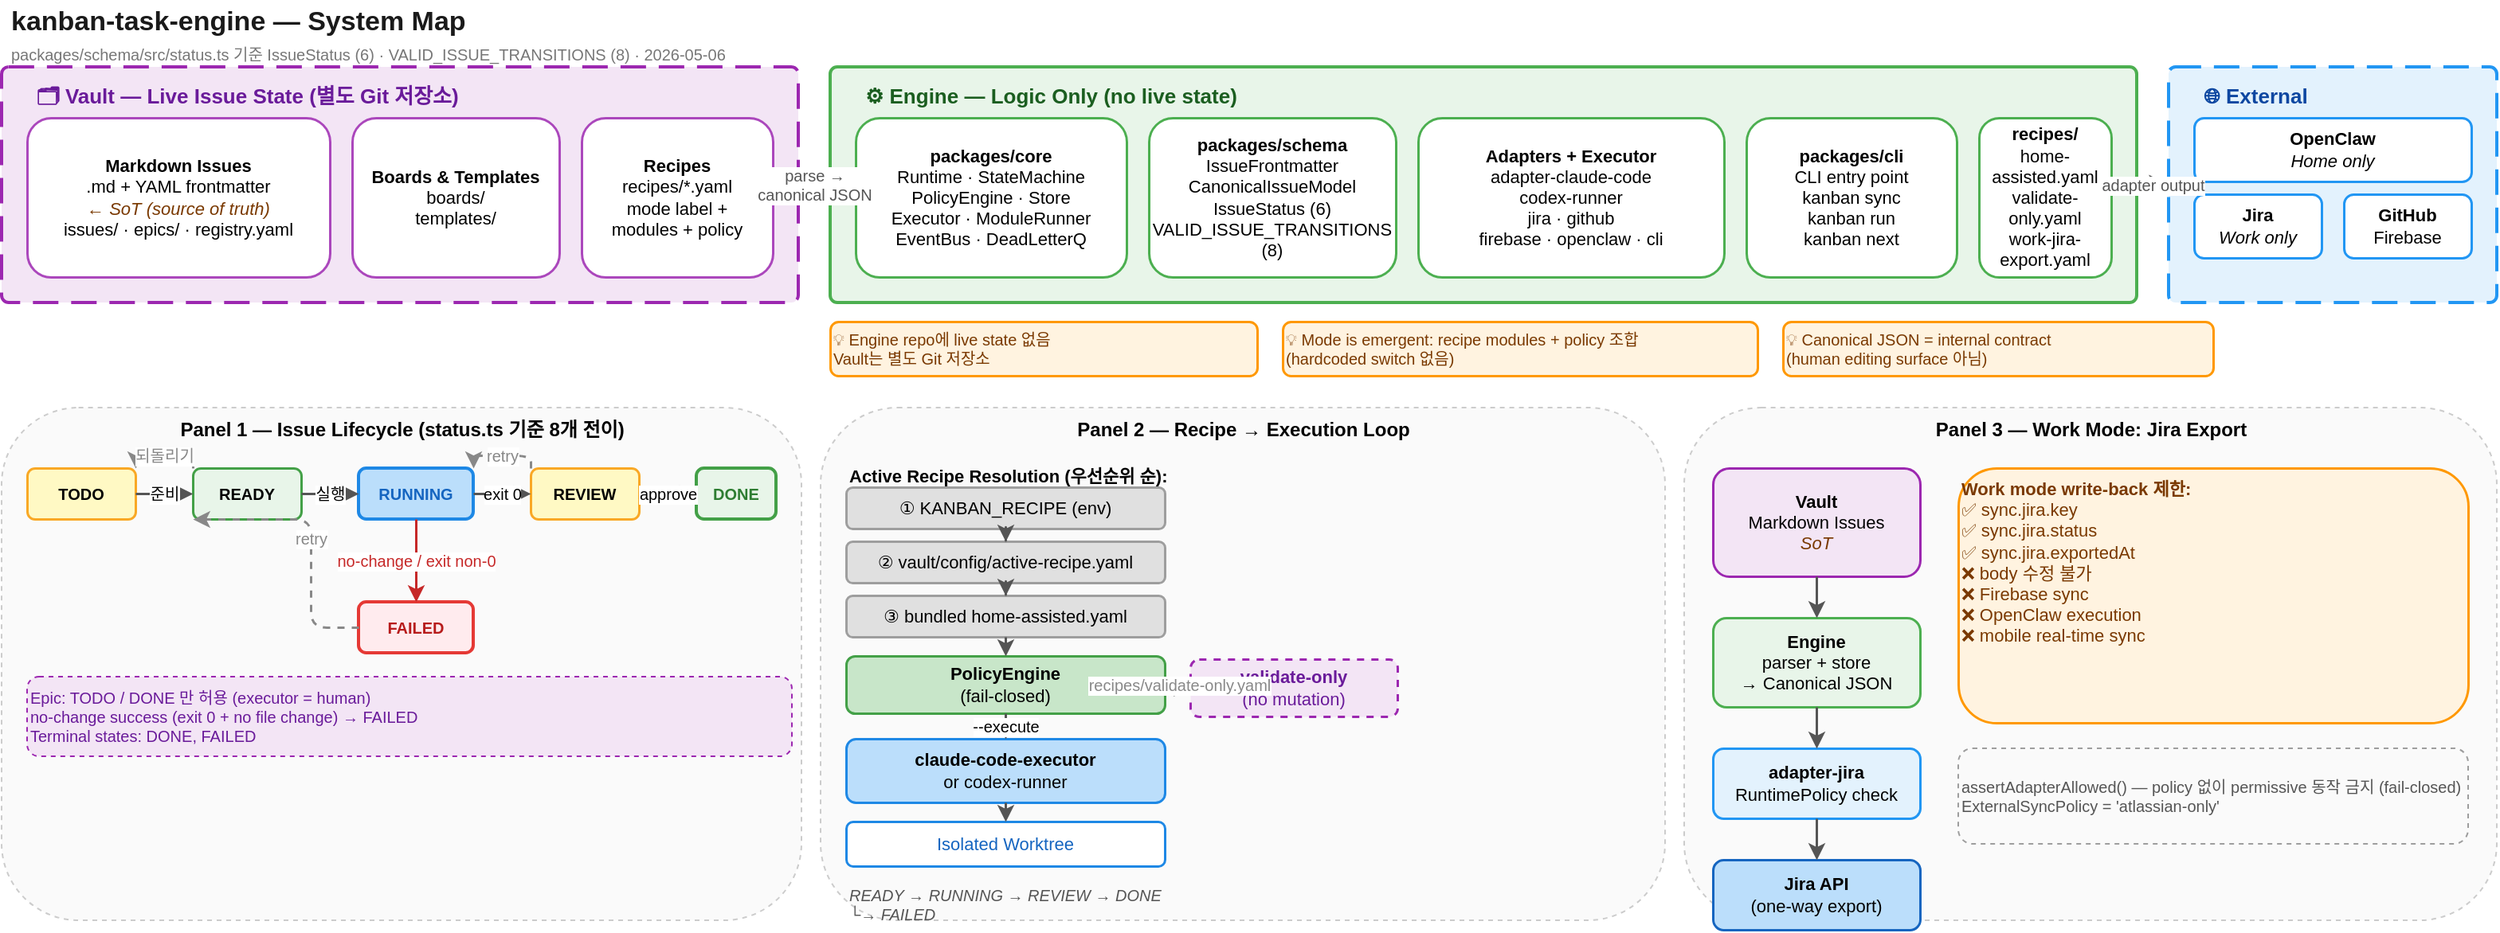
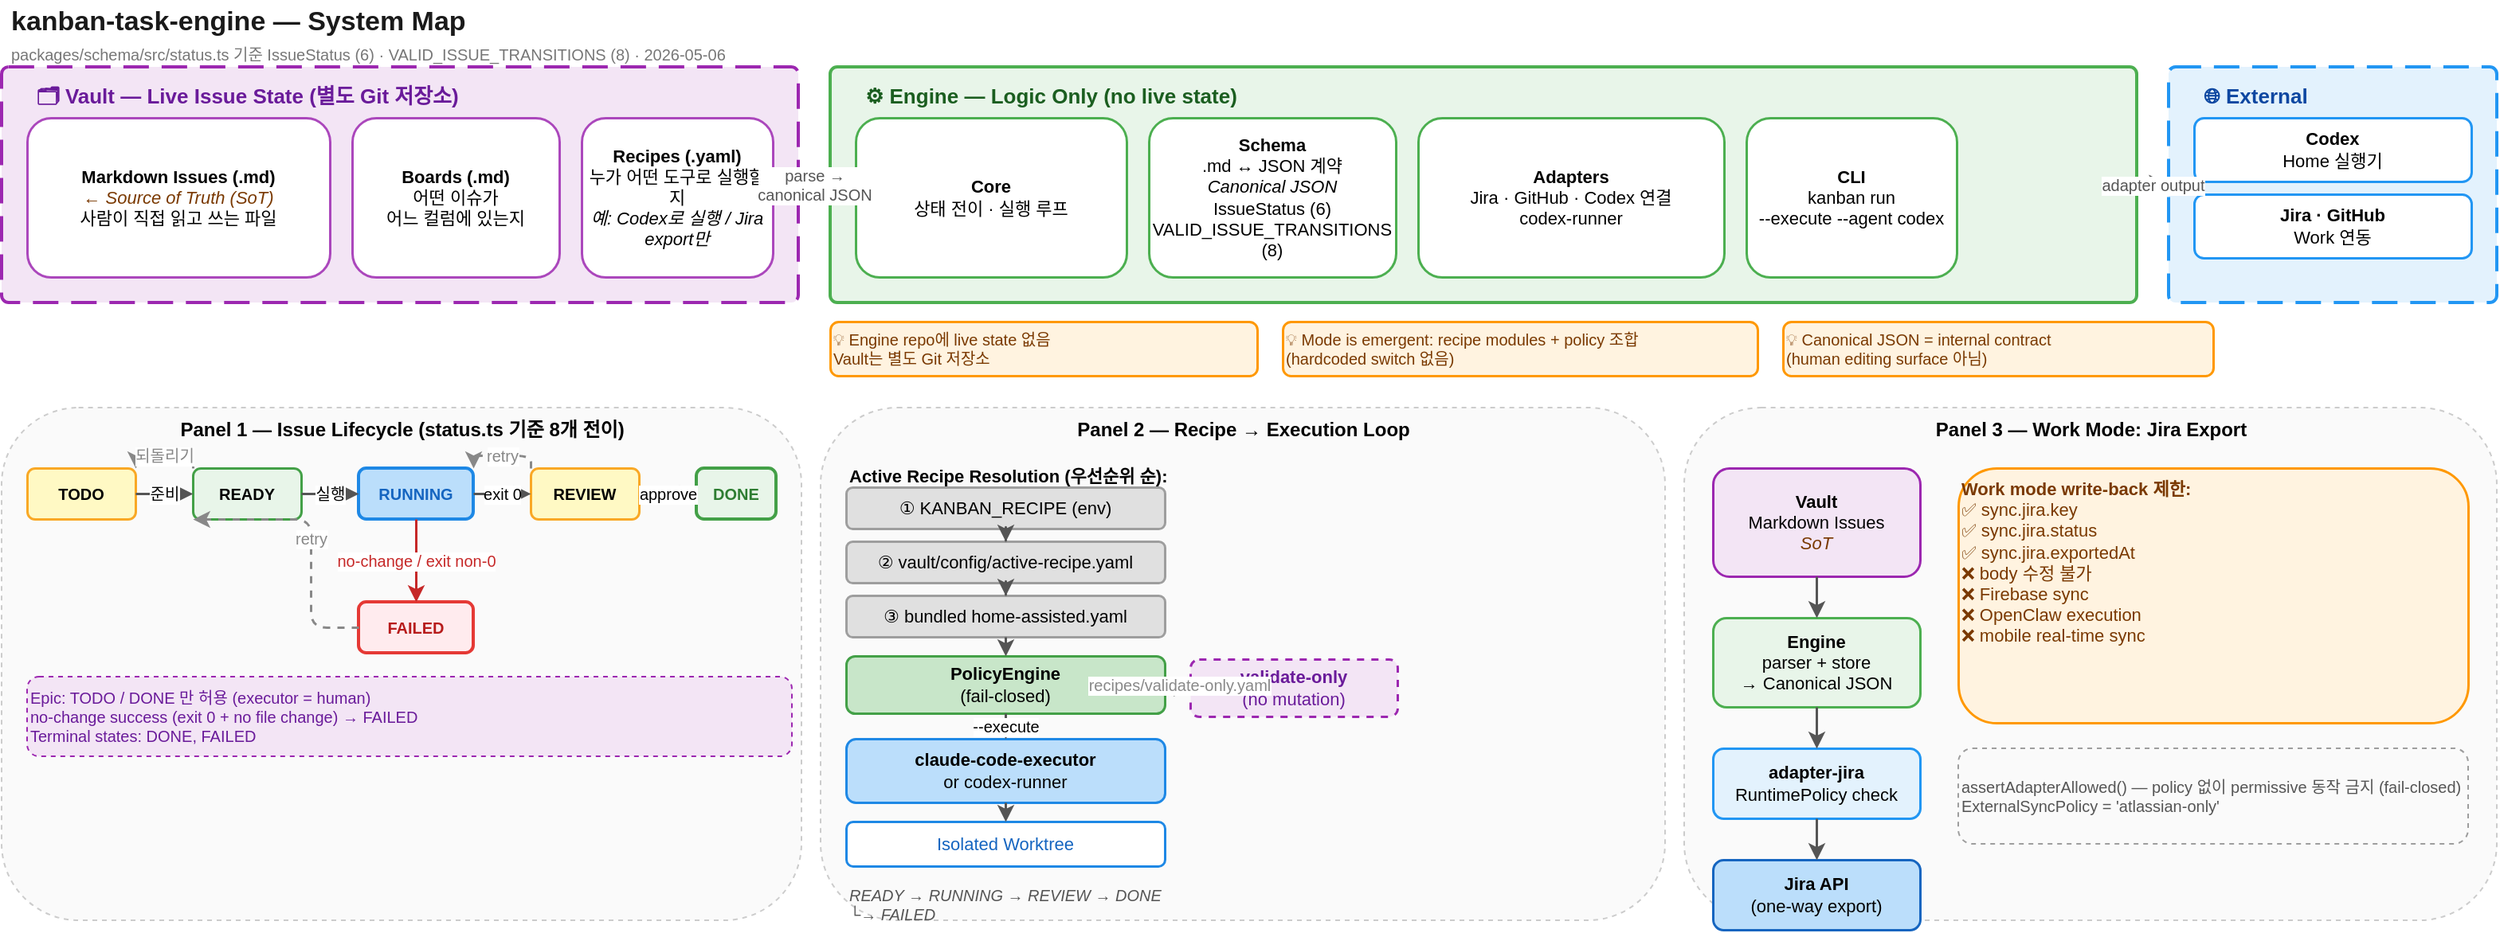
<?xml version="1.0" encoding="UTF-8"?>
<mxfile host="app.diagrams.net" modified="2026-05-03" agent="kanban-task-engine-design" version="24.0.0">
  <diagram name="System Map" id="kanban-one-page-v2">
    <mxGraphModel dx="0" dy="0" grid="10" gridSize="10" guides="1" tooltips="1"
                  connect="1" arrows="1" fold="1" page="1" pageScale="1"
                  pageWidth="1600" pageHeight="900" math="0" shadow="0">
      <root>
        <mxCell id="0"/>
        <mxCell id="1" parent="0"/>

        <!-- ════════════════════════════════════════
             PAGE TITLE
        ════════════════════════════════════════ -->
        <mxCell id="page-title" value="kanban-task-engine — System Map"
                style="text;html=1;align=left;verticalAlign=middle;fontStyle=1;fontSize=17;fontColor=#1a1a1a;"
                vertex="1" parent="1">
          <mxGeometry x="20" y="10" width="600" height="28" as="geometry"/>
        </mxCell>
        <mxCell id="page-sub" value="packages/schema/src/status.ts 기준 IssueStatus (6) · VALID_ISSUE_TRANSITIONS (8) · 2026-05-06"
                style="text;html=1;align=left;verticalAlign=middle;fontSize=10;fontColor=#777;"
                vertex="1" parent="1">
          <mxGeometry x="20" y="36" width="600" height="16" as="geometry"/>
        </mxCell>

        <!-- ════════════════════════════════════════
             ZONE 1: VAULT
        ════════════════════════════════════════ -->
        <mxCell id="vault-zone" value=""
                style="rounded=1;arcSize=3;fillColor=#F3E5F5;strokeColor=#9C27B0;strokeWidth=2;dashed=1;dashPattern=8 4;"
                vertex="1" parent="1">
          <mxGeometry x="16" y="52" width="500" height="148" as="geometry"/>
        </mxCell>
        <mxCell id="vault-label" value="🗂  Vault — Live Issue State (별도 Git 저장소)"
                style="text;html=1;align=left;verticalAlign=middle;fontStyle=1;fontSize=13;fontColor=#6a1b9a;"
                vertex="1" parent="vault-zone">
          <mxGeometry x="20" y="8" width="460" height="20" as="geometry"/>
        </mxCell>

-         <mxCell id="vault-md" value="&lt;b&gt;Markdown Issues&lt;/b&gt;&lt;br/&gt;.md + YAML frontmatter&lt;br/&gt;&lt;i style='color:#7a3900'&gt;← SoT (source of truth)&lt;/i&gt;&lt;br/&gt;issues/ · epics/ · registry.yaml"
+         <mxCell id="vault-md" value="&lt;b&gt;Markdown Issues (.md)&lt;/b&gt;&lt;br/&gt;&lt;i style='color:#7a3900'&gt;← Source of Truth (SoT)&lt;/i&gt;&lt;br/&gt;사람이 직접 읽고 쓰는 파일"
                style="rounded=1;whiteSpace=wrap;html=1;fillColor=#ffffff;strokeColor=#AB47BC;strokeWidth=1.5;fontSize=11;align=center;verticalAlign=middle;"
                vertex="1" parent="vault-zone">
          <mxGeometry x="16" y="32" width="190" height="100" as="geometry"/>
        </mxCell>
-         <mxCell id="vault-boards" value="&lt;b&gt;Boards &amp; Templates&lt;/b&gt;&lt;br/&gt;boards/&lt;br/&gt;templates/"
+         <mxCell id="vault-boards" value="&lt;b&gt;Boards (.md)&lt;/b&gt;&lt;br/&gt;어떤 이슈가&lt;br/&gt;어느 컬럼에 있는지"
                style="rounded=1;whiteSpace=wrap;html=1;fillColor=#ffffff;strokeColor=#AB47BC;strokeWidth=1.5;fontSize=11;align=center;verticalAlign=middle;"
                vertex="1" parent="vault-zone">
          <mxGeometry x="220" y="32" width="130" height="100" as="geometry"/>
        </mxCell>
-         <mxCell id="vault-recipes" value="&lt;b&gt;Recipes&lt;/b&gt;&lt;br/&gt;recipes/*.yaml&lt;br/&gt;mode label +&lt;br/&gt;modules + policy"
+         <mxCell id="vault-recipes" value="&lt;b&gt;Recipes (.yaml)&lt;/b&gt;&lt;br/&gt;누가 어떤 도구로 실행할지&lt;br/&gt;&lt;i&gt;예: Codex로 실행 / Jira export만&lt;/i&gt;"
                style="rounded=1;whiteSpace=wrap;html=1;fillColor=#ffffff;strokeColor=#AB47BC;strokeWidth=1.5;fontSize=11;align=center;verticalAlign=middle;"
                vertex="1" parent="vault-zone">
          <mxGeometry x="364" y="32" width="120" height="100" as="geometry"/>
        </mxCell>

        <!-- ════════════════════════════════════════
             ZONE 2: ENGINE
        ════════════════════════════════════════ -->
        <mxCell id="engine-zone" value=""
                style="rounded=1;arcSize=3;fillColor=#E8F5E9;strokeColor=#4CAF50;strokeWidth=2;"
                vertex="1" parent="1">
          <mxGeometry x="536" y="52" width="820" height="148" as="geometry"/>
        </mxCell>
        <mxCell id="engine-label" value="⚙️  Engine — Logic Only (no live state)"
                style="text;html=1;align=left;verticalAlign=middle;fontStyle=1;fontSize=13;fontColor=#1b5e20;"
                vertex="1" parent="engine-zone">
          <mxGeometry x="20" y="8" width="500" height="20" as="geometry"/>
        </mxCell>

-         <mxCell id="engine-core" value="&lt;b&gt;packages/core&lt;/b&gt;&lt;br/&gt;Runtime · StateMachine&lt;br/&gt;PolicyEngine · Store&lt;br/&gt;Executor · ModuleRunner&lt;br/&gt;EventBus · DeadLetterQ"
+         <mxCell id="engine-core" value="&lt;b&gt;Core&lt;/b&gt;&lt;br/&gt;상태 전이 · 실행 루프"
                style="rounded=1;whiteSpace=wrap;html=1;fillColor=#ffffff;strokeColor=#4CAF50;strokeWidth=1.5;fontSize=11;align=center;verticalAlign=middle;"
                vertex="1" parent="engine-zone">
          <mxGeometry x="16" y="32" width="170" height="100" as="geometry"/>
        </mxCell>
-         <mxCell id="engine-schema" value="&lt;b&gt;packages/schema&lt;/b&gt;&lt;br/&gt;IssueFrontmatter&lt;br/&gt;CanonicalIssueModel&lt;br/&gt;IssueStatus (6)&lt;br/&gt;VALID_ISSUE_TRANSITIONS (8)"
+         <mxCell id="engine-schema" value="&lt;b&gt;Schema&lt;/b&gt;&lt;br/&gt;.md ↔ JSON 계약&lt;br/&gt;&lt;i&gt;Canonical JSON&lt;/i&gt;&lt;br/&gt;IssueStatus (6)&lt;br/&gt;VALID_ISSUE_TRANSITIONS (8)"
                style="rounded=1;whiteSpace=wrap;html=1;fillColor=#ffffff;strokeColor=#4CAF50;strokeWidth=1.5;fontSize=11;align=center;verticalAlign=middle;"
                vertex="1" parent="engine-zone">
          <mxGeometry x="200" y="32" width="155" height="100" as="geometry"/>
        </mxCell>
-         <mxCell id="engine-adapters" value="&lt;b&gt;Adapters + Executor&lt;/b&gt;&lt;br/&gt;adapter-claude-code&lt;br/&gt;codex-runner&lt;br/&gt;jira · github&lt;br/&gt;firebase · openclaw · cli"
+         <mxCell id="engine-adapters" value="&lt;b&gt;Adapters&lt;/b&gt;&lt;br/&gt;Jira · GitHub · Codex 연결&lt;br/&gt;codex-runner"
                style="rounded=1;whiteSpace=wrap;html=1;fillColor=#ffffff;strokeColor=#4CAF50;strokeWidth=1.5;fontSize=11;align=center;verticalAlign=middle;"
                vertex="1" parent="engine-zone">
          <mxGeometry x="369" y="32" width="192" height="100" as="geometry"/>
        </mxCell>
-         <mxCell id="engine-cli" value="&lt;b&gt;packages/cli&lt;/b&gt;&lt;br/&gt;CLI entry point&lt;br/&gt;kanban sync&lt;br/&gt;kanban run&lt;br/&gt;kanban next"
+         <mxCell id="engine-cli" value="&lt;b&gt;CLI&lt;/b&gt;&lt;br/&gt;kanban run&lt;br/&gt;--execute --agent codex"
                style="rounded=1;whiteSpace=wrap;html=1;fillColor=#ffffff;strokeColor=#4CAF50;strokeWidth=1.5;fontSize=11;align=center;verticalAlign=middle;"
                vertex="1" parent="engine-zone">
          <mxGeometry x="575" y="32" width="132" height="100" as="geometry"/>
-         </mxCell>
-         <mxCell id="engine-recipes" value="&lt;b&gt;recipes/&lt;/b&gt;&lt;br/&gt;home-assisted.yaml&lt;br/&gt;validate-only.yaml&lt;br/&gt;work-jira-export.yaml"
-                 style="rounded=1;whiteSpace=wrap;html=1;fillColor=#ffffff;strokeColor=#4CAF50;strokeWidth=1.5;fontSize=11;align=center;verticalAlign=middle;"
-                 vertex="1" parent="engine-zone">
-           <mxGeometry x="721" y="32" width="83" height="100" as="geometry"/>
        </mxCell>

        <!-- ════════════════════════════════════════
             ZONE 3: EXTERNAL
        ════════════════════════════════════════ -->
        <mxCell id="ext-zone" value=""
                style="rounded=1;arcSize=3;fillColor=#E3F2FD;strokeColor=#2196F3;strokeWidth=2;dashed=1;dashPattern=8 4;"
                vertex="1" parent="1">
          <mxGeometry x="1376" y="52" width="206" height="148" as="geometry"/>
        </mxCell>
        <mxCell id="ext-label" value="🌐  External"
                style="text;html=1;align=left;verticalAlign=middle;fontStyle=1;fontSize=13;fontColor=#0d47a1;"
                vertex="1" parent="ext-zone">
          <mxGeometry x="20" y="8" width="180" height="20" as="geometry"/>
        </mxCell>
-         <mxCell id="ext-openclaw" value="&lt;b&gt;OpenClaw&lt;/b&gt;&lt;br/&gt;&lt;i&gt;Home only&lt;/i&gt;"
+         <mxCell id="ext-openclaw" value="&lt;b&gt;Codex&lt;/b&gt;&lt;br/&gt;Home 실행기"
                style="rounded=1;whiteSpace=wrap;html=1;fillColor=#ffffff;strokeColor=#2196F3;strokeWidth=1.5;fontSize=11;"
                vertex="1" parent="ext-zone">
          <mxGeometry x="16" y="32" width="174" height="40" as="geometry"/>
        </mxCell>
-         <mxCell id="ext-jira" value="&lt;b&gt;Jira&lt;/b&gt;&lt;br/&gt;&lt;i&gt;Work only&lt;/i&gt;"
+         <mxCell id="ext-jira" value="&lt;b&gt;Jira · GitHub&lt;/b&gt;&lt;br/&gt;Work 연동"
                style="rounded=1;whiteSpace=wrap;html=1;fillColor=#ffffff;strokeColor=#2196F3;strokeWidth=1.5;fontSize=11;"
                vertex="1" parent="ext-zone">
-           <mxGeometry x="16" y="80" width="80" height="40" as="geometry"/>
-         </mxCell>
-         <mxCell id="ext-github" value="&lt;b&gt;GitHub&lt;/b&gt;&lt;br/&gt;Firebase"
-                 style="rounded=1;whiteSpace=wrap;html=1;fillColor=#ffffff;strokeColor=#2196F3;strokeWidth=1.5;fontSize=11;"
-                 vertex="1" parent="ext-zone">
-           <mxGeometry x="110" y="80" width="80" height="40" as="geometry"/>
+           <mxGeometry x="16" y="80" width="174" height="40" as="geometry"/>
        </mxCell>

        <!-- ════════════════════════════════════════
             TOP-LEVEL ARROWS
        ════════════════════════════════════════ -->
        <mxCell id="arrow-v2e" value="parse →&lt;br/&gt;canonical JSON"
                style="edgeStyle=orthogonalEdgeStyle;html=1;exitX=1;exitY=0.5;exitDx=0;exitDy=0;entryX=0;entryY=0.5;entryDx=0;entryDy=0;strokeColor=#555555;strokeWidth=2;fontSize=10;fontColor=#555;"
                edge="1" parent="1" source="vault-zone" target="engine-zone">
          <mxGeometry relative="1" as="geometry"/>
        </mxCell>
        <mxCell id="arrow-e2ext" value="adapter output"
                style="edgeStyle=orthogonalEdgeStyle;html=1;exitX=1;exitY=0.5;exitDx=0;exitDy=0;entryX=0;entryY=0.5;entryDx=0;entryDy=0;strokeColor=#555555;strokeWidth=2;fontSize=10;fontColor=#555;"
                edge="1" parent="1" source="engine-zone" target="ext-zone">
          <mxGeometry relative="1" as="geometry"/>
        </mxCell>

        <!-- ════════════════════════════════════════
             ANNOTATIONS
        ════════════════════════════════════════ -->
        <mxCell id="anno-state" value="💡 Engine repo에 live state 없음&lt;br/&gt;Vault는 별도 Git 저장소"
                style="rounded=1;whiteSpace=wrap;html=1;fillColor=#FFF3E0;strokeColor=#FF9800;strokeWidth=1.5;fontSize=10;fontColor=#7a3900;align=left;"
                vertex="1" parent="1">
          <mxGeometry x="536" y="212" width="268" height="34" as="geometry"/>
        </mxCell>
        <mxCell id="anno-mode" value="💡 Mode is emergent: recipe modules + policy 조합&lt;br/&gt;(hardcoded switch 없음)"
                style="rounded=1;whiteSpace=wrap;html=1;fillColor=#FFF3E0;strokeColor=#FF9800;strokeWidth=1.5;fontSize=10;fontColor=#7a3900;align=left;"
                vertex="1" parent="1">
          <mxGeometry x="820" y="212" width="298" height="34" as="geometry"/>
        </mxCell>
        <mxCell id="anno-json" value="💡 Canonical JSON = internal contract&lt;br/&gt;(human editing surface 아님)"
                style="rounded=1;whiteSpace=wrap;html=1;fillColor=#FFF3E0;strokeColor=#FF9800;strokeWidth=1.5;fontSize=10;fontColor=#7a3900;align=left;"
                vertex="1" parent="1">
          <mxGeometry x="1134" y="212" width="270" height="34" as="geometry"/>
        </mxCell>

        <!-- ════════════════════════════════════════
             PANEL 1: ISSUE LIFECYCLE
        ════════════════════════════════════════ -->
        <mxCell id="panel1-bg" value=""
                style="rounded=1;fillColor=#fafafa;strokeColor=#cccccc;dashed=1;"
                vertex="1" parent="1">
          <mxGeometry x="16" y="266" width="502" height="322" as="geometry"/>
        </mxCell>
        <mxCell id="panel1-title" value="Panel 1 — Issue Lifecycle (status.ts 기준 8개 전이)"
                style="text;html=1;align=center;verticalAlign=middle;fontStyle=1;fontSize=12;"
                vertex="1" parent="1">
          <mxGeometry x="16" y="270" width="502" height="20" as="geometry"/>
        </mxCell>

        <!-- Status boxes -->
        <mxCell id="s-todo"    value="TODO"    style="rounded=1;whiteSpace=wrap;html=1;fillColor=#FFF9C4;strokeColor=#F9A825;strokeWidth=1.5;fontStyle=1;fontSize=10;" vertex="1" parent="1"><mxGeometry x="32"  y="304" width="68" height="32" as="geometry"/></mxCell>
        <mxCell id="s-ready"   value="READY"   style="rounded=1;whiteSpace=wrap;html=1;fillColor=#E8F5E9;strokeColor=#43A047;strokeWidth=1.5;fontStyle=1;fontSize=10;" vertex="1" parent="1"><mxGeometry x="136" y="304" width="68" height="32" as="geometry"/></mxCell>
        <mxCell id="s-running" value="RUNNING" style="rounded=1;whiteSpace=wrap;html=1;fillColor=#BBDEFB;strokeColor=#1E88E5;strokeWidth=2;fontStyle=1;fontSize=10;fontColor=#1565C0;" vertex="1" parent="1"><mxGeometry x="240" y="304" width="72" height="32" as="geometry"/></mxCell>
        <mxCell id="s-review"  value="REVIEW"  style="rounded=1;whiteSpace=wrap;html=1;fillColor=#FFF9C4;strokeColor=#F9A825;strokeWidth=1.5;fontStyle=1;fontSize=10;" vertex="1" parent="1"><mxGeometry x="348" y="304" width="68" height="32" as="geometry"/></mxCell>
        <mxCell id="s-done"    value="DONE"    style="rounded=1;whiteSpace=wrap;html=1;fillColor=#E8F5E9;strokeColor=#43A047;strokeWidth=2;fontStyle=1;fontSize=10;fontColor=#2e7d32;" vertex="1" parent="1"><mxGeometry x="452" y="304" width="50" height="32" as="geometry"/></mxCell>
        <mxCell id="s-failed"  value="FAILED"  style="rounded=1;whiteSpace=wrap;html=1;fillColor=#FFEBEE;strokeColor=#E53935;strokeWidth=2;fontStyle=1;fontSize=10;fontColor=#b71c1c;" vertex="1" parent="1"><mxGeometry x="240" y="388" width="72" height="32" as="geometry"/></mxCell>

        <!-- Forward transitions -->
        <mxCell id="t-todo-ready"    value="준비"    style="edgeStyle=orthogonalEdgeStyle;html=1;strokeColor=#555;strokeWidth=1.5;fontSize=10;" edge="1" parent="1" source="s-todo"    target="s-ready"><mxGeometry relative="1" as="geometry"/></mxCell>
        <mxCell id="t-ready-running" value="실행"    style="edgeStyle=orthogonalEdgeStyle;html=1;strokeColor=#555;strokeWidth=1.5;fontSize=10;" edge="1" parent="1" source="s-ready"   target="s-running"><mxGeometry relative="1" as="geometry"/></mxCell>
        <mxCell id="t-running-review" value="exit 0" style="edgeStyle=orthogonalEdgeStyle;html=1;strokeColor=#555;strokeWidth=1.5;fontSize=10;" edge="1" parent="1" source="s-running"  target="s-review"><mxGeometry relative="1" as="geometry"/></mxCell>
        <mxCell id="t-review-done"   value="approve" style="edgeStyle=orthogonalEdgeStyle;html=1;strokeColor=#555;strokeWidth=1.5;fontSize=10;" edge="1" parent="1" source="s-review"   target="s-done"><mxGeometry relative="1" as="geometry"/></mxCell>
        <mxCell id="t-running-failed" value="no-change / exit non-0" style="edgeStyle=orthogonalEdgeStyle;html=1;strokeColor=#c62828;strokeWidth=1.5;fontSize=10;fontColor=#c62828;exitX=0.5;exitY=1;exitDx=0;exitDy=0;entryX=0.5;entryY=0;entryDx=0;entryDy=0;" edge="1" parent="1" source="s-running" target="s-failed"><mxGeometry relative="1" as="geometry"/></mxCell>

        <!-- Back transitions (dashed) -->
        <mxCell id="t-ready-todo"     value="되돌리기" style="edgeStyle=elbowEdgeStyle;html=1;strokeColor=#888;strokeWidth=1.5;dashed=1;fontSize=10;fontColor=#888;exitX=0;exitY=0;exitDx=0;exitDy=0;entryX=1;entryY=0;entryDx=0;entryDy=0;elbow=vertical;" edge="1" parent="1" source="s-ready" target="s-todo"><mxGeometry relative="1" as="geometry"><Array as="points"><mxPoint x="170" y="296"/><mxPoint x="66" y="296"/></Array></mxGeometry></mxCell>
        <mxCell id="t-review-running" value="retry"   style="edgeStyle=elbowEdgeStyle;html=1;strokeColor=#888;strokeWidth=1.5;dashed=1;fontSize=10;fontColor=#888;exitX=0;exitY=0;exitDx=0;exitDy=0;entryX=1;entryY=0;entryDx=0;entryDy=0;" edge="1" parent="1" source="s-review" target="s-running"><mxGeometry relative="1" as="geometry"><Array as="points"><mxPoint x="348" y="296"/><mxPoint x="312" y="296"/></Array></mxGeometry></mxCell>
        <mxCell id="t-failed-ready"   value="retry"   style="edgeStyle=elbowEdgeStyle;html=1;strokeColor=#888;strokeWidth=1.5;dashed=1;fontSize=10;fontColor=#888;exitX=0;exitY=0.5;exitDx=0;exitDy=0;entryX=0;entryY=1;entryDx=0;entryDy=0;" edge="1" parent="1" source="s-failed" target="s-ready"><mxGeometry relative="1" as="geometry"><Array as="points"><mxPoint x="210" y="404"/><mxPoint x="210" y="336"/></Array></mxGeometry></mxCell>

        <!-- Epic / terminal note -->
        <mxCell id="panel1-note" value="Epic: TODO / DONE 만 허용 (executor = human)&#xa;no-change success (exit 0 + no file change) → FAILED&#xa;Terminal states: DONE, FAILED"
                style="rounded=1;whiteSpace=wrap;html=1;fillColor=#F3E5F5;strokeColor=#9C27B0;strokeWidth=1;dashed=1;fontSize=10;fontColor=#6a1b9a;align=left;verticalAlign=middle;"
                vertex="1" parent="1">
          <mxGeometry x="32" y="435" width="480" height="50" as="geometry"/>
        </mxCell>

        <!-- ════════════════════════════════════════
             PANEL 2: RECIPE → EXECUTION LOOP
        ════════════════════════════════════════ -->
        <mxCell id="panel2-bg" value=""
                style="rounded=1;fillColor=#fafafa;strokeColor=#cccccc;dashed=1;"
                vertex="1" parent="1">
          <mxGeometry x="530" y="266" width="530" height="322" as="geometry"/>
        </mxCell>
        <mxCell id="panel2-title" value="Panel 2 — Recipe → Execution Loop"
                style="text;html=1;align=center;verticalAlign=middle;fontStyle=1;fontSize=12;"
                vertex="1" parent="1">
          <mxGeometry x="530" y="270" width="530" height="20" as="geometry"/>
        </mxCell>

        <!-- Recipe resolution steps -->
        <mxCell id="r-step-label" value="Active Recipe Resolution (우선순위 순):"
                style="text;html=1;align=left;fontSize=11;fontStyle=1;" vertex="1" parent="1">
          <mxGeometry x="546" y="296" width="300" height="18" as="geometry"/>
        </mxCell>
        <mxCell id="r-step1" value="① KANBAN_RECIPE (env)"
                style="rounded=1;whiteSpace=wrap;html=1;fillColor=#E0E0E0;strokeColor=#9E9E9E;strokeWidth=1.5;fontSize=11;"
                vertex="1" parent="1">
          <mxGeometry x="546" y="316" width="200" height="26" as="geometry"/>
        </mxCell>
        <mxCell id="r-step2" value="② vault/config/active-recipe.yaml"
                style="rounded=1;whiteSpace=wrap;html=1;fillColor=#E0E0E0;strokeColor=#9E9E9E;strokeWidth=1.5;fontSize=11;"
                vertex="1" parent="1">
          <mxGeometry x="546" y="350" width="200" height="26" as="geometry"/>
        </mxCell>
        <mxCell id="r-step3" value="③ bundled home-assisted.yaml"
                style="rounded=1;whiteSpace=wrap;html=1;fillColor=#E0E0E0;strokeColor=#9E9E9E;strokeWidth=1.5;fontSize=11;"
                vertex="1" parent="1">
          <mxGeometry x="546" y="384" width="200" height="26" as="geometry"/>
        </mxCell>
        <mxCell id="r-arrow-12" value="" style="edgeStyle=orthogonalEdgeStyle;html=1;strokeColor=#555;strokeWidth=1.5;" edge="1" parent="1" source="r-step1" target="r-step2"><mxGeometry relative="1" as="geometry"/></mxCell>
        <mxCell id="r-arrow-23" value="" style="edgeStyle=orthogonalEdgeStyle;html=1;strokeColor=#555;strokeWidth=1.5;" edge="1" parent="1" source="r-step2" target="r-step3"><mxGeometry relative="1" as="geometry"/></mxCell>

        <!-- PolicyEngine -->
        <mxCell id="r-policy" value="&lt;b&gt;PolicyEngine&lt;/b&gt;&lt;br/&gt;(fail-closed)"
                style="rounded=1;whiteSpace=wrap;html=1;fillColor=#C8E6C9;strokeColor=#43A047;strokeWidth=1.5;fontSize=11;"
                vertex="1" parent="1">
          <mxGeometry x="546" y="422" width="200" height="36" as="geometry"/>
        </mxCell>
        <mxCell id="r-arrow-step3-policy" value="" style="edgeStyle=orthogonalEdgeStyle;html=1;strokeColor=#555;strokeWidth=1.5;" edge="1" parent="1" source="r-step3" target="r-policy"><mxGeometry relative="1" as="geometry"/></mxCell>

        <!-- Fork: validate-only -->
        <mxCell id="r-validate" value="&lt;b&gt;validate-only&lt;/b&gt;&lt;br/&gt;(no mutation)"
                style="rounded=1;whiteSpace=wrap;html=1;fillColor=#F3E5F5;strokeColor=#9C27B0;strokeWidth=1.5;dashed=1;fontSize=11;fontColor=#6a1b9a;"
                vertex="1" parent="1">
          <mxGeometry x="762" y="424" width="130" height="36" as="geometry"/>
        </mxCell>
        <mxCell id="r-arrow-policy-validate" value="recipes/validate-only.yaml"
                style="edgeStyle=orthogonalEdgeStyle;html=1;strokeColor=#888;strokeWidth=1.5;dashed=1;fontSize=10;fontColor=#888;"
                edge="1" parent="1" source="r-policy" target="r-validate">
          <mxGeometry relative="1" as="geometry"/>
        </mxCell>

        <!-- Executor -->
        <mxCell id="r-executor" value="&lt;b&gt;claude-code-executor&lt;/b&gt;&lt;br/&gt;or codex-runner"
                style="rounded=1;whiteSpace=wrap;html=1;fillColor=#BBDEFB;strokeColor=#1E88E5;strokeWidth=1.5;fontSize=11;"
                vertex="1" parent="1">
          <mxGeometry x="546" y="474" width="200" height="40" as="geometry"/>
        </mxCell>
        <mxCell id="r-arrow-policy-exec" value="--execute"
                style="edgeStyle=orthogonalEdgeStyle;html=1;strokeColor=#555;strokeWidth=1.5;fontSize=10;exitX=0.5;exitY=1;exitDx=0;exitDy=0;entryX=0.5;entryY=0;entryDx=0;entryDy=0;"
                edge="1" parent="1" source="r-policy" target="r-executor">
          <mxGeometry relative="1" as="geometry"/>
        </mxCell>

        <!-- Worktree -->
        <mxCell id="r-worktree" value="Isolated Worktree"
                style="rounded=1;whiteSpace=wrap;html=1;fillColor=#ffffff;strokeColor=#1E88E5;strokeWidth=1.5;fontSize=11;fontColor=#1565C0;"
                vertex="1" parent="1">
          <mxGeometry x="546" y="526" width="200" height="28" as="geometry"/>
        </mxCell>
        <mxCell id="r-arrow-exec-wt" value="" style="edgeStyle=orthogonalEdgeStyle;html=1;strokeColor=#555;strokeWidth=1.5;" edge="1" parent="1" source="r-executor" target="r-worktree"><mxGeometry relative="1" as="geometry"/></mxCell>

        <!-- Status mini note -->
        <mxCell id="r-status-note" value="READY → RUNNING → REVIEW → DONE&#xa;                          └→ FAILED"
                style="text;html=1;align=left;fontSize=10;fontColor=#555;fontStyle=2;" vertex="1" parent="1">
          <mxGeometry x="546" y="560" width="300" height="28" as="geometry"/>
        </mxCell>

        <!-- ════════════════════════════════════════
             PANEL 3: WORK / JIRA EXPORT
        ════════════════════════════════════════ -->
        <mxCell id="panel3-bg" value=""
                style="rounded=1;fillColor=#fafafa;strokeColor=#cccccc;dashed=1;"
                vertex="1" parent="1">
          <mxGeometry x="1072" y="266" width="510" height="322" as="geometry"/>
        </mxCell>
        <mxCell id="panel3-title" value="Panel 3 — Work Mode: Jira Export"
                style="text;html=1;align=center;verticalAlign=middle;fontStyle=1;fontSize=12;"
                vertex="1" parent="1">
          <mxGeometry x="1072" y="270" width="510" height="20" as="geometry"/>
        </mxCell>

        <!-- Flow boxes -->
        <mxCell id="p3-vault" value="&lt;b&gt;Vault&lt;/b&gt;&lt;br/&gt;Markdown Issues&lt;br/&gt;&lt;i style='color:#7a3900'&gt;SoT&lt;/i&gt;"
                style="rounded=1;whiteSpace=wrap;html=1;fillColor=#F3E5F5;strokeColor=#9C27B0;strokeWidth=1.5;fontSize=11;"
                vertex="1" parent="1">
          <mxGeometry x="1090" y="304" width="130" height="68" as="geometry"/>
        </mxCell>
        <mxCell id="p3-engine" value="&lt;b&gt;Engine&lt;/b&gt;&lt;br/&gt;parser + store&lt;br/&gt;→ Canonical JSON"
                style="rounded=1;whiteSpace=wrap;html=1;fillColor=#E8F5E9;strokeColor=#4CAF50;strokeWidth=1.5;fontSize=11;"
                vertex="1" parent="1">
          <mxGeometry x="1090" y="398" width="130" height="56" as="geometry"/>
        </mxCell>
        <mxCell id="p3-jira-adapter" value="&lt;b&gt;adapter-jira&lt;/b&gt;&lt;br/&gt;RuntimePolicy check"
                style="rounded=1;whiteSpace=wrap;html=1;fillColor=#E3F2FD;strokeColor=#2196F3;strokeWidth=1.5;fontSize=11;"
                vertex="1" parent="1">
          <mxGeometry x="1090" y="480" width="130" height="44" as="geometry"/>
        </mxCell>
        <mxCell id="p3-jira-api" value="&lt;b&gt;Jira API&lt;/b&gt;&lt;br/&gt;(one-way export)"
                style="rounded=1;whiteSpace=wrap;html=1;fillColor=#BBDEFB;strokeColor=#1565C0;strokeWidth=1.5;fontSize=11;"
                vertex="1" parent="1">
          <mxGeometry x="1090" y="550" width="130" height="44" as="geometry"/>
        </mxCell>

        <!-- Flow arrows -->
        <mxCell id="p3-a1" value="" style="edgeStyle=orthogonalEdgeStyle;html=1;strokeColor=#555;strokeWidth=1.5;" edge="1" parent="1" source="p3-vault"        target="p3-engine"><mxGeometry relative="1" as="geometry"/></mxCell>
        <mxCell id="p3-a2" value="" style="edgeStyle=orthogonalEdgeStyle;html=1;strokeColor=#555;strokeWidth=1.5;" edge="1" parent="1" source="p3-engine"       target="p3-jira-adapter"><mxGeometry relative="1" as="geometry"/></mxCell>
        <mxCell id="p3-a3" value="" style="edgeStyle=orthogonalEdgeStyle;html=1;strokeColor=#555;strokeWidth=1.5;" edge="1" parent="1" source="p3-jira-adapter" target="p3-jira-api"><mxGeometry relative="1" as="geometry"/></mxCell>

        <!-- Write-back callout -->
        <mxCell id="p3-writeback" value="&lt;b&gt;Work mode write-back 제한:&lt;/b&gt;&lt;br/&gt;✅ sync.jira.key&lt;br/&gt;✅ sync.jira.status&lt;br/&gt;✅ sync.jira.exportedAt&lt;br/&gt;❌ body 수정 불가&lt;br/&gt;❌ Firebase sync&lt;br/&gt;❌ OpenClaw execution&lt;br/&gt;❌ mobile real-time sync"
                style="rounded=1;whiteSpace=wrap;html=1;fillColor=#FFF3E0;strokeColor=#FF9800;strokeWidth=1.5;fontSize=11;fontColor=#7a3900;align=left;verticalAlign=top;"
                vertex="1" parent="1">
          <mxGeometry x="1244" y="304" width="320" height="160" as="geometry"/>
        </mxCell>

        <!-- Policy note -->
        <mxCell id="p3-policy-note" value="assertAdapterAllowed() — policy 없이 permissive 동작 금지 (fail-closed)&#xa;ExternalSyncPolicy = 'atlassian-only'"
                style="rounded=1;whiteSpace=wrap;html=1;fillColor=#fafafa;strokeColor=#9E9E9E;strokeWidth=1;dashed=1;fontSize=10;fontColor=#555;align=left;verticalAlign=middle;"
                vertex="1" parent="1">
          <mxGeometry x="1244" y="480" width="320" height="60" as="geometry"/>
        </mxCell>

      </root>
    </mxGraphModel>
  </diagram>
</mxfile>
